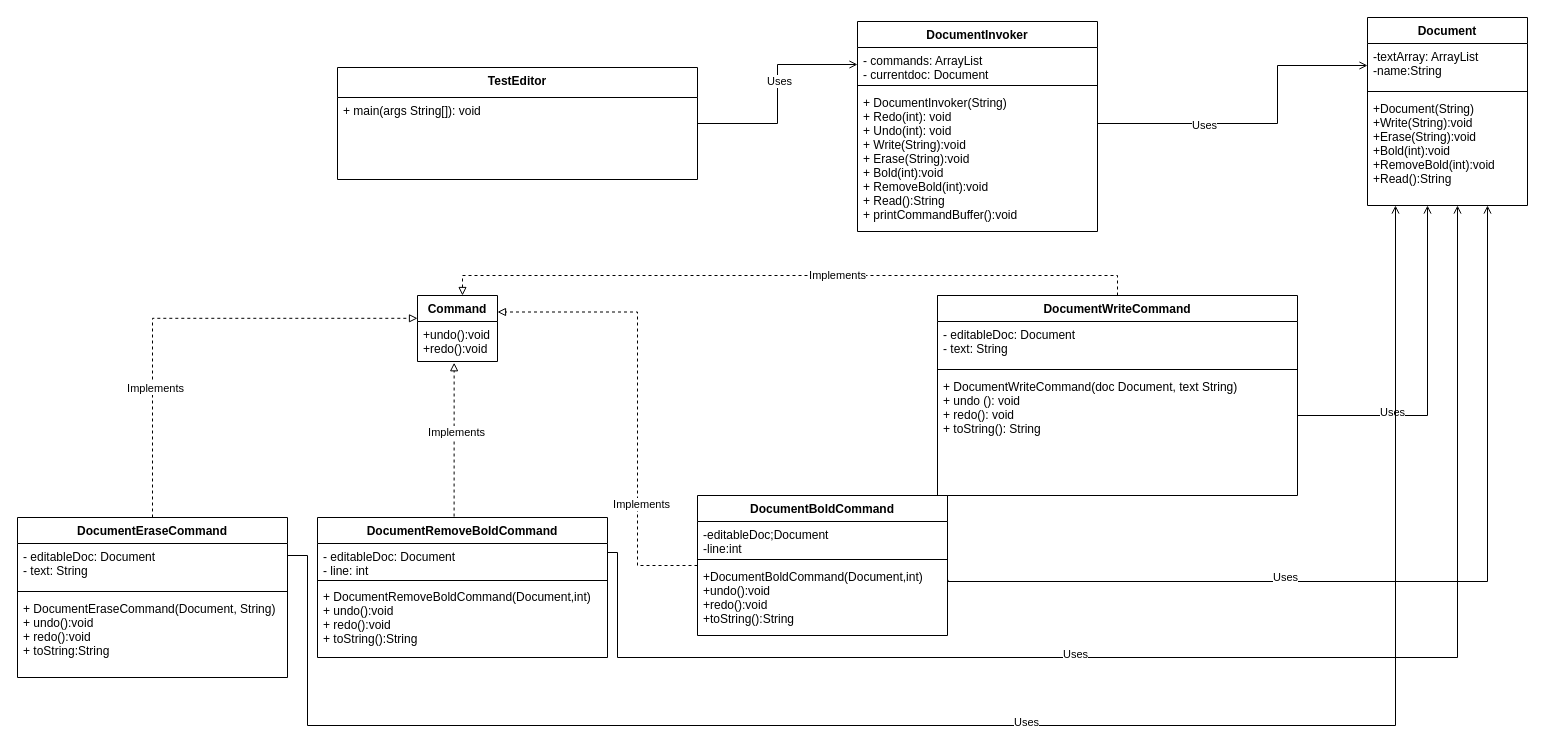
Before: Final_UML.drawio in Dragonwk/Team-3-UML-Project, a draw.io diagram. Source tidied: cells renumbered, new cells numbered last; positions are measured from the earlier drawing's top-left corner, leaving out a move shared by most shapes. Both pictures are drawn from the tidied source at 100%, with x=0, y=0 at pixel (17, 17).
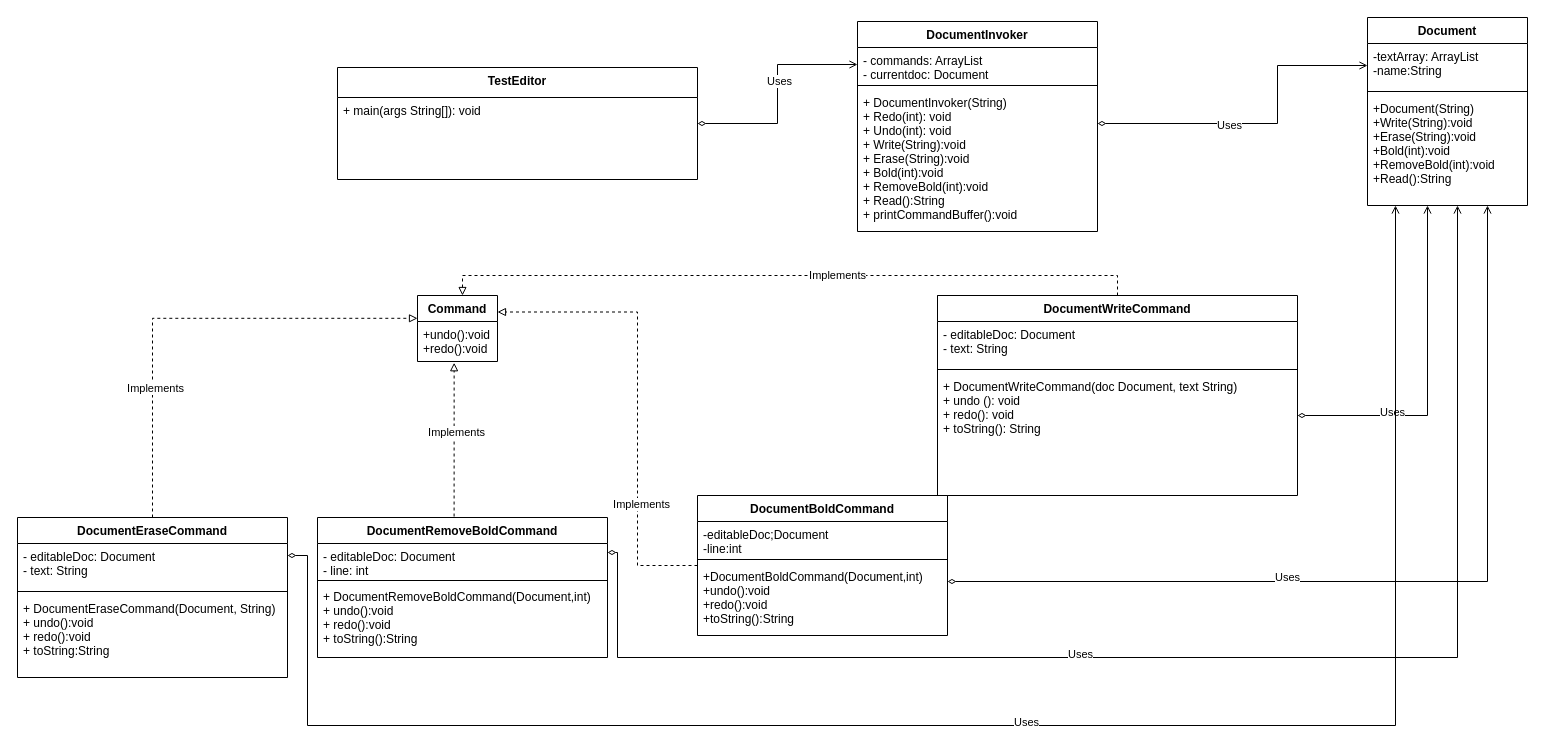
The same diagram, later.

Unchanged cells that the change refers to:
```xml
<mxCell id="5" value="+ DocumentWriteCommand(doc Document, text String)&#10;+ undo (): void&#10;+ redo(): void&#10;+ toString(): String" style="text;strokeColor=none;fillColor=none;align=left;verticalAlign=top;spacingLeft=4;spacingRight=4;overflow=hidden;points=[[0,0.5],[1,0.5]];portConstraint=eastwest;" parent="2" vertex="1">
  <mxGeometry y="78" width="360" height="122" as="geometry" />
</mxCell>
<mxCell id="8" value="TestEditor" style="swimlane;fontStyle=1;align=center;verticalAlign=top;horizontal=1;startSize=30;" parent="1" vertex="1">
  <mxGeometry x="320" y="50" width="360" height="112" as="geometry" />
</mxCell>
<mxCell id="10" value="Document" style="swimlane;fontStyle=1;align=center;verticalAlign=top;horizontal=1;startSize=26;" parent="1" vertex="1">
  <mxGeometry x="1350" width="160" height="188" as="geometry" />
</mxCell>
<mxCell id="11" value="-textArray: ArrayList&#10;-name:String" style="text;strokeColor=none;fillColor=none;align=left;verticalAlign=top;spacingLeft=4;spacingRight=4;overflow=hidden;points=[[0,0.5],[1,0.5]];portConstraint=eastwest;" parent="10" vertex="1">
  <mxGeometry y="26" width="160" height="44" as="geometry" />
</mxCell>
<mxCell id="13" value="+Document(String)&#10;+Write(String):void&#10;+Erase(String):void&#10;+Bold(int):void&#10;+RemoveBold(int):void&#10;+Read():String" style="text;strokeColor=none;fillColor=none;align=left;verticalAlign=top;spacingLeft=4;spacingRight=4;overflow=hidden;points=[[0,0.5],[1,0.5]];portConstraint=eastwest;" parent="10" vertex="1">
  <mxGeometry y="78" width="160" height="110" as="geometry" />
</mxCell>
<mxCell id="19" value="+DocumentBoldCommand(Document,int)&#10;+undo():void&#10;+redo():void&#10;+toString():String" style="text;strokeColor=none;fillColor=none;align=left;verticalAlign=top;spacingLeft=4;spacingRight=4;overflow=hidden;points=[[0,0.5],[1,0.5]];portConstraint=eastwest;" parent="16" vertex="1">
  <mxGeometry y="68" width="250" height="72" as="geometry" />
</mxCell>
<mxCell id="29" value="- editableDoc: Document&#10;- line: int&#10;&#10;" style="text;strokeColor=none;fillColor=none;align=left;verticalAlign=top;spacingLeft=4;spacingRight=4;overflow=hidden;points=[[0,0.5],[1,0.5]];portConstraint=eastwest;" parent="28" vertex="1">
  <mxGeometry y="26" width="290" height="34" as="geometry" />
</mxCell>
<mxCell id="33" value="- commands: ArrayList&#10;- currentdoc: Document" style="text;strokeColor=none;fillColor=none;align=left;verticalAlign=top;spacingLeft=4;spacingRight=4;overflow=hidden;points=[[0,0.5],[1,0.5]];portConstraint=eastwest;" parent="32" vertex="1">
  <mxGeometry y="26" width="240" height="34" as="geometry" />
</mxCell>
```

What changed in the source:
```diff
@@
-    <mxCell id="6" style="edgeStyle=orthogonalEdgeStyle;rounded=0;jettySize=auto;html=1;entryX=0;entryY=0.5;entryDx=0;entryDy=0;endArrow=open;endFill=0;" parent="1" edge="1" source="8" target="33">
+    <mxCell id="6" style="edgeStyle=orthogonalEdgeStyle;rounded=0;jettySize=auto;html=1;entryX=0;entryY=0.5;entryDx=0;entryDy=0;endArrow=open;endFill=0;startArrow=diamondThin;startFill=0;" parent="1" edge="1" source="8" target="33">
       <mxGeometry relative="1" as="geometry" />
     </mxCell>
@@
-    <mxCell id="38" style="edgeStyle=orthogonalEdgeStyle;rounded=0;jettySize=auto;html=1;entryX=0;entryY=0.5;entryDx=0;entryDy=0;endArrow=open;endFill=0;" parent="1" edge="1" source="33" target="11">
+    <mxCell id="38" style="edgeStyle=orthogonalEdgeStyle;rounded=0;jettySize=auto;html=1;entryX=0;entryY=0.5;entryDx=0;entryDy=0;endArrow=open;endFill=0;startArrow=diamondThin;startFill=0;" parent="1" edge="1" target="11">
       <mxGeometry relative="1" as="geometry">
+        <mxPoint x="1080" y="106" as="sourcePoint" />
         <Array as="points">
           <mxPoint x="1080" y="106" />
           <mxPoint x="1260" y="106" />
           <mxPoint x="1260" y="48" />
         </Array>
       </mxGeometry>
     </mxCell>
@@
-    <mxCell id="40" style="edgeStyle=orthogonalEdgeStyle;rounded=0;jettySize=auto;html=1;endArrow=open;endFill=0;" parent="1" edge="1" source="5" target="13">
+    <mxCell id="40" style="edgeStyle=orthogonalEdgeStyle;rounded=0;jettySize=auto;html=1;endArrow=open;endFill=0;startArrow=diamondThin;startFill=0;" parent="1" edge="1" source="5" target="13">
       <mxGeometry relative="1" as="geometry">
         <Array as="points">
           <mxPoint x="1410" y="398" />
         </Array>
       </mxGeometry>
     </mxCell>
@@
-    <mxCell id="42" style="edgeStyle=orthogonalEdgeStyle;rounded=0;jettySize=auto;html=1;endArrow=open;endFill=0;entryX=0.75;entryY=1;entryDx=0;entryDy=0;exitX=1.002;exitY=0.228;exitDx=0;exitDy=0;exitPerimeter=0;" parent="1" edge="1" source="19" target="10">
+    <mxCell id="42" style="edgeStyle=orthogonalEdgeStyle;rounded=0;jettySize=auto;html=1;endArrow=open;endFill=0;entryX=0.75;entryY=1;entryDx=0;entryDy=0;startArrow=diamondThin;startFill=0;" parent="1" edge="1" target="10">
       <mxGeometry relative="1" as="geometry">
+        <mxPoint x="930" y="564" as="sourcePoint" />
         <Array as="points">
           <mxPoint x="930" y="564" />
           <mxPoint x="1470" y="564" />
         </Array>
       </mxGeometry>
     </mxCell>
@@
-    <mxCell id="44" style="edgeStyle=orthogonalEdgeStyle;rounded=0;jettySize=auto;html=1;exitX=1;exitY=0.5;exitDx=0;exitDy=0;endArrow=open;endFill=0;" parent="1" edge="1" source="29">
+    <mxCell id="44" style="edgeStyle=orthogonalEdgeStyle;rounded=0;orthogonalLoop=1;jettySize=auto;html=1;endArrow=open;endFill=0;startArrow=diamondThin;startFill=0;" parent="1" edge="1">
       <mxGeometry relative="1" as="geometry">
+        <mxPoint x="590" y="535" as="sourcePoint" />
         <mxPoint x="1440" y="188" as="targetPoint" />
         <Array as="points">
           <mxPoint x="590" y="535" />
           <mxPoint x="600" y="535" />
           <mxPoint x="600" y="640" />
           <mxPoint x="1440" y="640" />
           <mxPoint x="1440" y="188" />
         </Array>
       </mxGeometry>
     </mxCell>
@@
-    <mxCell id="46" style="edgeStyle=orthogonalEdgeStyle;rounded=0;jettySize=auto;html=1;endArrow=open;endFill=0;" parent="1" edge="1" target="13">
+    <mxCell id="46" style="edgeStyle=orthogonalEdgeStyle;rounded=0;jettySize=auto;html=1;endArrow=open;endFill=0;startArrow=diamondThin;startFill=0;" parent="1" edge="1" target="13">
       <mxGeometry relative="1" as="geometry">
         <mxPoint x="270" y="538" as="sourcePoint" />
         <Array as="points">
           <mxPoint x="290" y="538" />
           <mxPoint x="290" y="708" />
           <mxPoint x="1378" y="708" />
         </Array>
       </mxGeometry>
     </mxCell>
```
